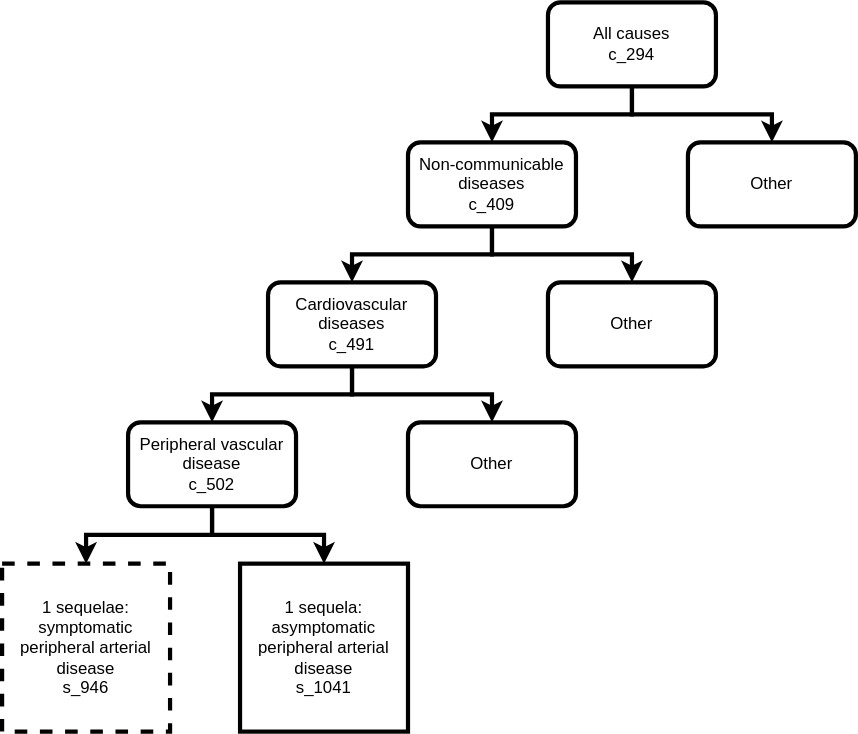
Earlier version of the draw.io export docs/source/gbd2019_models/causes/pad/cause_hierarchy_pad.svg (ihmeuw/vivarium_research). Source tidied: cells renumbered, new cells last; positions are measured from the earlier drawing's top-left corner, leaving out a move shared by most shapes.
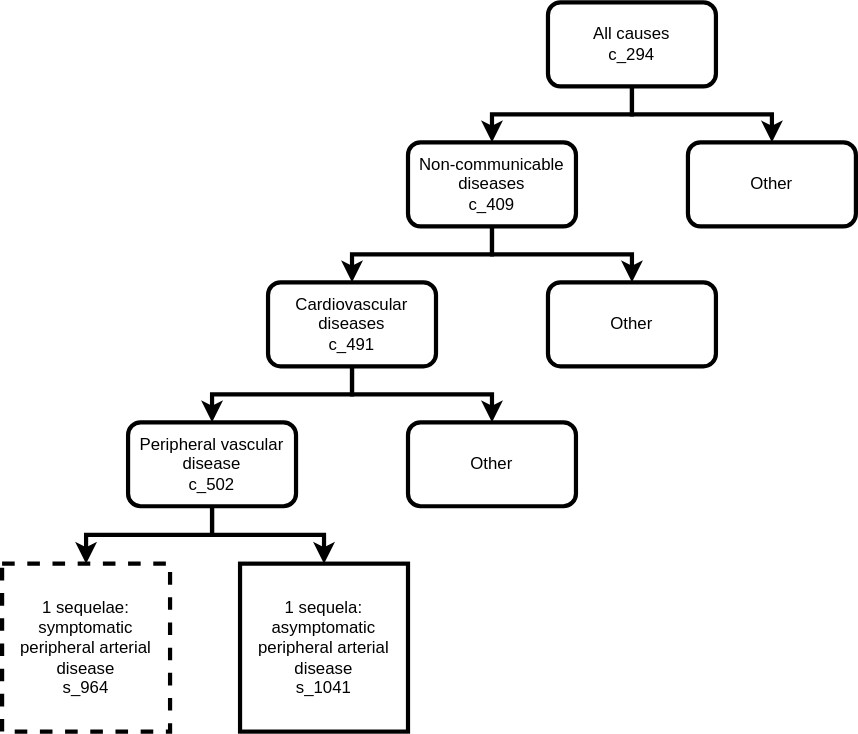
After the change.

Commit message:
Updated the sequela id in the hierarchy diagram.

Diff of the diagram source:
```diff
@@ -47,7 +47,7 @@
     <mxCell id="16" value="Other" style="rounded=1;whiteSpace=wrap;html=1;strokeWidth=3;fillColor=none;" parent="1" vertex="1">
       <mxGeometry x="290" y="300" width="120" height="60" as="geometry" />
     </mxCell>
-    <mxCell id="17" value="&lt;div&gt;1 sequelae: symptomatic peripheral arterial disease&lt;/div&gt;&lt;div&gt;s_946&lt;br&gt;&lt;/div&gt;" style="rounded=0;whiteSpace=wrap;html=1;dashed=1;strokeWidth=3;fillColor=none;" parent="1" vertex="1">
+    <mxCell id="17" value="&lt;div&gt;1 sequelae: symptomatic peripheral arterial disease&lt;/div&gt;&lt;div&gt;s_964&lt;br&gt;&lt;/div&gt;" style="rounded=0;whiteSpace=wrap;html=1;dashed=1;strokeWidth=3;fillColor=none;" parent="1" vertex="1">
       <mxGeometry y="401" width="120" height="120" as="geometry" />
     </mxCell>
     <mxCell id="18" value="&lt;div&gt;1 sequela:&lt;/div&gt;&lt;div&gt;asymptomatic peripheral arterial disease&lt;/div&gt;&lt;div&gt;s_1041&lt;/div&gt;" style="rounded=0;whiteSpace=wrap;html=1;strokeWidth=3;fillColor=none;" parent="1" vertex="1">
```
